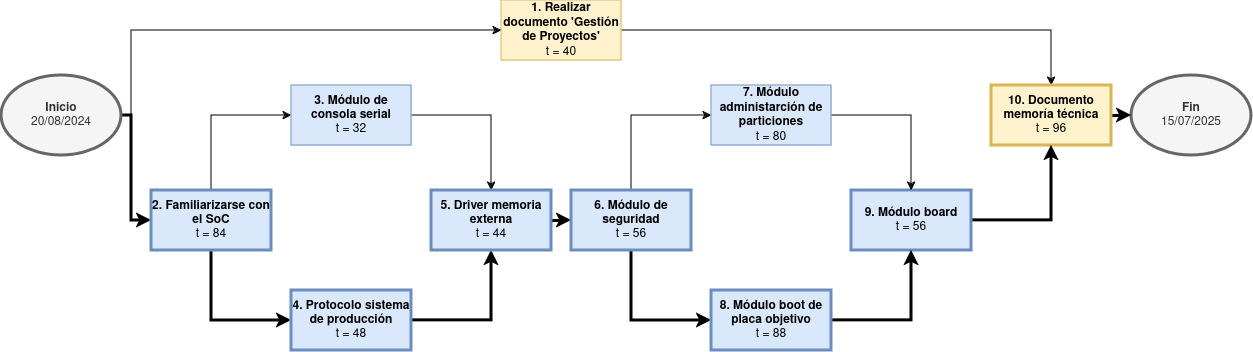
This is Figuras/GdPDiagrams-AoN_sec9.png from guirespi/GdP-Bootloader, a draw.io export, as it was before one commit. Source tidied: cells renumbered, new cells last; positions are measured from the earlier drawing's top-left corner, leaving out a move shared by most shapes.
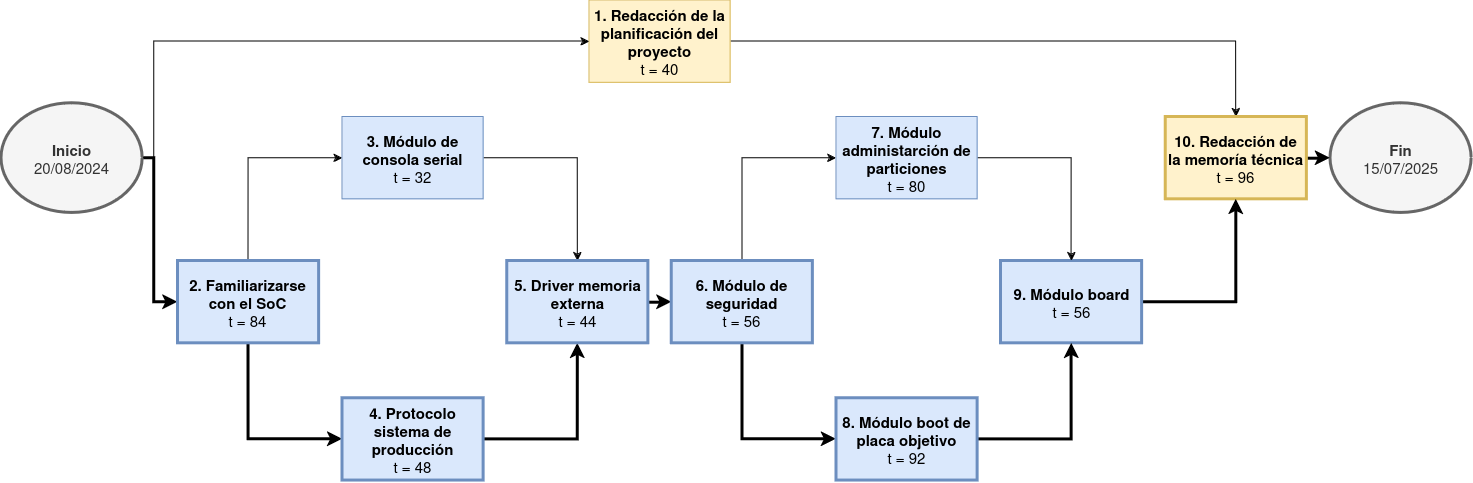
Above is the later version.

Diff of the diagram source:
```diff
@@ -2,93 +2,96 @@
   <root>
     <mxCell id="0" />
     <mxCell id="1" parent="0" />
+    <mxCell id="28" style="group;" parent="1" vertex="1">
+      <mxGeometry x="30" y="-150" width="1470" height="480" as="geometry" />
+    </mxCell>
-    <mxCell id="2" style="edgeStyle=orthogonalEdgeStyle;rounded=0;jettySize=auto;html=1;exitX=1;exitY=0.5;exitDx=0;exitDy=0;entryX=0.5;entryY=0;entryDx=0;entryDy=0;" parent="1" edge="1" source="3" target="21">
+    <mxCell id="2" style="edgeStyle=orthogonalEdgeStyle;rounded=0;jettySize=auto;html=1;exitX=1;exitY=0.5;exitDx=0;exitDy=0;entryX=0.5;entryY=0;entryDx=0;entryDy=0;" parent="28" edge="1" source="3" target="21">
       <mxGeometry relative="1" as="geometry" />
     </mxCell>
-    <mxCell id="3" value="&lt;div&gt;&lt;b&gt;1. Realizar documento 'Gestión de Proyectos'&lt;br&gt;&lt;/b&gt;&lt;/div&gt;&lt;div&gt;t = 40&lt;br&gt;&lt;/div&gt;" style="rounded=0;whiteSpace=wrap;html=1;fillColor=#fff2cc;strokeColor=#d6b656;" parent="1" vertex="1">
-      <mxGeometry x="500" width="120" height="60" as="geometry" />
+    <mxCell id="3" value="&lt;div align=&quot;center&quot; style=&quot;font-size: 15px;&quot;&gt;&lt;font style=&quot;font-size: 15px;&quot;&gt;&lt;b&gt;1. Redacción de la planificación del proyecto&lt;br&gt;&lt;/b&gt;&lt;/font&gt;&lt;/div&gt;&lt;div align=&quot;center&quot; style=&quot;font-size: 15px;&quot;&gt;&lt;font style=&quot;font-size: 15px;&quot;&gt;&lt;font style=&quot;font-size: 15px;&quot;&gt;t = 40&lt;/font&gt;&lt;font style=&quot;font-size: 15px;&quot;&gt;&lt;br&gt;&lt;/font&gt;&lt;/font&gt;&lt;/div&gt;" style="rounded=0;whiteSpace=wrap;html=1;fillColor=#fff2cc;strokeColor=#d6b656;align=center;" parent="28" vertex="1">
+      <mxGeometry x="588" width="141.1" height="82.3" as="geometry" />
     </mxCell>
-    <mxCell id="4" style="edgeStyle=orthogonalEdgeStyle;rounded=0;jettySize=auto;html=1;exitX=1;exitY=0.5;exitDx=0;exitDy=0;entryX=0;entryY=0.5;entryDx=0;entryDy=0;strokeWidth=3;" parent="1" edge="1" source="6" target="10">
+    <mxCell id="4" style="edgeStyle=orthogonalEdgeStyle;rounded=0;jettySize=auto;html=1;exitX=1;exitY=0.5;exitDx=0;exitDy=0;entryX=0;entryY=0.5;entryDx=0;entryDy=0;strokeWidth=3;" parent="28" edge="1" source="6" target="10">
       <mxGeometry relative="1" as="geometry">
         <Array as="points">
-          <mxPoint x="130" y="115" />
-          <mxPoint x="130" y="220" />
+          <mxPoint x="152.9" y="157.7" />
+          <mxPoint x="152.9" y="301.7" />
         </Array>
       </mxGeometry>
     </mxCell>
-    <mxCell id="5" style="edgeStyle=orthogonalEdgeStyle;rounded=0;jettySize=auto;html=1;exitX=1;exitY=0.5;exitDx=0;exitDy=0;entryX=0;entryY=0.5;entryDx=0;entryDy=0;" parent="1" edge="1" source="6" target="3">
+    <mxCell id="5" style="edgeStyle=orthogonalEdgeStyle;rounded=0;jettySize=auto;html=1;exitX=1;exitY=0.5;exitDx=0;exitDy=0;entryX=0;entryY=0.5;entryDx=0;entryDy=0;" parent="28" edge="1" source="6" target="3">
       <mxGeometry relative="1" as="geometry">
         <Array as="points">
-          <mxPoint x="130" y="115" />
-          <mxPoint x="130" y="30" />
+          <mxPoint x="152.9" y="157.7" />
+          <mxPoint x="152.9" y="41.1" />
         </Array>
       </mxGeometry>
     </mxCell>
-    <mxCell id="6" value="&lt;div&gt;&lt;b&gt;Inicio&lt;/b&gt;&lt;/div&gt;&lt;div&gt;20/08/2024&lt;b&gt;&lt;br&gt;&lt;/b&gt;&lt;/div&gt;" style="ellipse;whiteSpace=wrap;html=1;fillColor=#f5f5f5;fontColor=#333333;strokeColor=#666666;strokeWidth=3;" parent="1" vertex="1">
-      <mxGeometry y="75" width="120" height="80" as="geometry" />
+    <mxCell id="6" value="&lt;div style=&quot;font-size: 15px;&quot;&gt;&lt;font style=&quot;font-size: 15px;&quot;&gt;&lt;b&gt;Inicio&lt;/b&gt;&lt;/font&gt;&lt;/div&gt;&lt;div style=&quot;font-size: 15px;&quot;&gt;&lt;font style=&quot;font-size: 15px;&quot;&gt;20/08/2024&lt;b&gt;&lt;br&gt;&lt;/b&gt;&lt;/font&gt;&lt;/div&gt;" style="ellipse;whiteSpace=wrap;html=1;fillColor=#f5f5f5;fontColor=#333333;strokeColor=#666666;strokeWidth=3;" parent="28" vertex="1">
+      <mxGeometry y="102.9" width="141.1" height="109.7" as="geometry" />
     </mxCell>
-    <mxCell id="7" value="&lt;b&gt;Fin&lt;/b&gt;&lt;div&gt;15/07/2025&lt;b&gt;&lt;br&gt;&lt;/b&gt;&lt;/div&gt;" style="ellipse;whiteSpace=wrap;html=1;fillColor=#f5f5f5;fontColor=#333333;strokeColor=#666666;strokeWidth=3;" parent="1" vertex="1">
-      <mxGeometry x="1130" y="75" width="120" height="80" as="geometry" />
+    <mxCell id="7" value="&lt;font style=&quot;font-size: 15px;&quot;&gt;&lt;b&gt;Fin&lt;/b&gt;&lt;/font&gt;&lt;div style=&quot;font-size: 15px;&quot;&gt;&lt;font style=&quot;font-size: 15px;&quot;&gt;15/07/2025&lt;b&gt;&lt;br&gt;&lt;/b&gt;&lt;/font&gt;&lt;/div&gt;" style="ellipse;whiteSpace=wrap;html=1;fillColor=#f5f5f5;fontColor=#333333;strokeColor=#666666;strokeWidth=3;" parent="28" vertex="1">
+      <mxGeometry x="1328.9" y="102.9" width="141.1" height="109.7" as="geometry" />
     </mxCell>
-    <mxCell id="8" style="edgeStyle=orthogonalEdgeStyle;rounded=0;jettySize=auto;html=1;exitX=0.5;exitY=0;exitDx=0;exitDy=0;entryX=0;entryY=0.5;entryDx=0;entryDy=0;" parent="1" edge="1" source="10" target="12">
+    <mxCell id="8" style="edgeStyle=orthogonalEdgeStyle;rounded=0;jettySize=auto;html=1;exitX=0.5;exitY=0;exitDx=0;exitDy=0;entryX=0;entryY=0.5;entryDx=0;entryDy=0;" parent="28" edge="1" source="10" target="12">
       <mxGeometry relative="1" as="geometry" />
     </mxCell>
-    <mxCell id="9" style="edgeStyle=orthogonalEdgeStyle;rounded=0;jettySize=auto;html=1;exitX=0.5;exitY=1;exitDx=0;exitDy=0;entryX=0;entryY=0.5;entryDx=0;entryDy=0;strokeWidth=3;" parent="1" edge="1" source="10" target="14">
+    <mxCell id="9" style="edgeStyle=orthogonalEdgeStyle;rounded=0;jettySize=auto;html=1;exitX=0.5;exitY=1;exitDx=0;exitDy=0;entryX=0;entryY=0.5;entryDx=0;entryDy=0;strokeWidth=3;" parent="28" edge="1" source="10" target="14">
       <mxGeometry relative="1" as="geometry" />
     </mxCell>
-    <mxCell id="10" value="&lt;div&gt;&lt;b&gt;2. Familiarizarse con el SoC &lt;br&gt;&lt;/b&gt;&lt;/div&gt;&lt;div&gt;t = 84&lt;br&gt;&lt;/div&gt;" style="rounded=0;whiteSpace=wrap;html=1;fillColor=#dae8fc;strokeColor=#6c8ebf;strokeWidth=3;" parent="1" vertex="1">
-      <mxGeometry x="150" y="190" width="120" height="60" as="geometry" />
+    <mxCell id="10" value="&lt;div style=&quot;font-size: 15px;&quot;&gt;&lt;font style=&quot;font-size: 15px;&quot;&gt;&lt;b&gt;2. Familiarizarse con el SoC &lt;br&gt;&lt;/b&gt;&lt;/font&gt;&lt;/div&gt;&lt;div style=&quot;font-size: 15px;&quot;&gt;&lt;font style=&quot;font-size: 15px;&quot;&gt;&lt;font style=&quot;font-size: 15px;&quot;&gt;t = 84&lt;/font&gt;&lt;font style=&quot;font-size: 15px;&quot;&gt;&lt;br&gt;&lt;/font&gt;&lt;/font&gt;&lt;/div&gt;" style="rounded=0;whiteSpace=wrap;html=1;fillColor=#dae8fc;strokeColor=#6c8ebf;strokeWidth=3;" parent="28" vertex="1">
+      <mxGeometry x="176.4" y="260.6" width="141.1" height="82.3" as="geometry" />
     </mxCell>
-    <mxCell id="11" style="edgeStyle=orthogonalEdgeStyle;rounded=0;jettySize=auto;html=1;exitX=1;exitY=0.5;exitDx=0;exitDy=0;entryX=0.5;entryY=0;entryDx=0;entryDy=0;" parent="1" edge="1" source="12" target="16">
+    <mxCell id="11" style="edgeStyle=orthogonalEdgeStyle;rounded=0;jettySize=auto;html=1;exitX=1;exitY=0.5;exitDx=0;exitDy=0;entryX=0.5;entryY=0;entryDx=0;entryDy=0;" parent="28" edge="1" source="12" target="16">
       <mxGeometry relative="1" as="geometry" />
     </mxCell>
-    <mxCell id="12" value="&lt;div&gt;&lt;b&gt;3. Módulo de consola serial &lt;br&gt;&lt;/b&gt;&lt;/div&gt;&lt;div&gt;t = 32&lt;br&gt;&lt;/div&gt;" style="rounded=0;whiteSpace=wrap;html=1;fillColor=#dae8fc;strokeColor=#6c8ebf;" parent="1" vertex="1">
-      <mxGeometry x="290" y="85" width="120" height="60" as="geometry" />
+    <mxCell id="12" value="&lt;div style=&quot;font-size: 15px;&quot;&gt;&lt;font style=&quot;font-size: 15px;&quot;&gt;&lt;b&gt;3. Módulo de consola serial &lt;br&gt;&lt;/b&gt;&lt;/font&gt;&lt;/div&gt;&lt;div style=&quot;font-size: 15px;&quot;&gt;&lt;font style=&quot;font-size: 15px;&quot;&gt;t = 32&lt;/font&gt;&lt;br&gt;&lt;/div&gt;" style="rounded=0;whiteSpace=wrap;html=1;fillColor=#dae8fc;strokeColor=#6c8ebf;" parent="28" vertex="1">
+      <mxGeometry x="341" y="116.6" width="141.1" height="82.3" as="geometry" />
     </mxCell>
-    <mxCell id="13" style="edgeStyle=orthogonalEdgeStyle;rounded=0;jettySize=auto;html=1;exitX=1;exitY=0.5;exitDx=0;exitDy=0;entryX=0.5;entryY=1;entryDx=0;entryDy=0;strokeWidth=3;" parent="1" edge="1" source="14" target="16">
+    <mxCell id="13" style="edgeStyle=orthogonalEdgeStyle;rounded=0;jettySize=auto;html=1;exitX=1;exitY=0.5;exitDx=0;exitDy=0;entryX=0.5;entryY=1;entryDx=0;entryDy=0;strokeWidth=3;" parent="28" edge="1" source="14" target="16">
       <mxGeometry relative="1" as="geometry" />
     </mxCell>
-    <mxCell id="14" value="&lt;div&gt;&lt;b&gt;4. Protocolo sistema de producción &lt;br&gt;&lt;/b&gt;&lt;/div&gt;&lt;div&gt;t = 48&lt;br&gt;&lt;/div&gt;" style="rounded=0;whiteSpace=wrap;html=1;fillColor=#dae8fc;strokeColor=#6c8ebf;strokeWidth=3;" parent="1" vertex="1">
-      <mxGeometry x="290" y="290" width="120" height="60" as="geometry" />
+    <mxCell id="14" value="&lt;div style=&quot;font-size: 15px;&quot;&gt;&lt;font style=&quot;font-size: 15px;&quot;&gt;&lt;b&gt;4. Protocolo sistema de producción &lt;br&gt;&lt;/b&gt;&lt;/font&gt;&lt;/div&gt;&lt;div style=&quot;font-size: 15px;&quot;&gt;&lt;font style=&quot;font-size: 15px;&quot;&gt;&lt;font style=&quot;font-size: 15px;&quot;&gt;t = 48&lt;/font&gt;&lt;font style=&quot;font-size: 15px;&quot;&gt;&lt;br&gt;&lt;/font&gt;&lt;/font&gt;&lt;/div&gt;" style="rounded=0;whiteSpace=wrap;html=1;fillColor=#dae8fc;strokeColor=#6c8ebf;strokeWidth=3;" parent="28" vertex="1">
+      <mxGeometry x="341" y="397.7" width="141.1" height="82.3" as="geometry" />
     </mxCell>
-    <mxCell id="15" style="edgeStyle=orthogonalEdgeStyle;rounded=0;jettySize=auto;html=1;exitX=1;exitY=0.5;exitDx=0;exitDy=0;entryX=0;entryY=0.5;entryDx=0;entryDy=0;strokeWidth=3;" parent="1" edge="1" source="16" target="19">
+    <mxCell id="15" style="edgeStyle=orthogonalEdgeStyle;rounded=0;jettySize=auto;html=1;exitX=1;exitY=0.5;exitDx=0;exitDy=0;entryX=0;entryY=0.5;entryDx=0;entryDy=0;strokeWidth=3;" parent="28" edge="1" source="16" target="19">
       <mxGeometry relative="1" as="geometry" />
     </mxCell>
-    <mxCell id="16" value="&lt;div&gt;&lt;b&gt;5. Driver memoria externa &lt;br&gt;&lt;/b&gt;&lt;/div&gt;&lt;div&gt;t = 44&lt;br&gt;&lt;/div&gt;" style="rounded=0;whiteSpace=wrap;html=1;fillColor=#dae8fc;strokeColor=#6c8ebf;strokeWidth=3;" parent="1" vertex="1">
-      <mxGeometry x="430" y="190" width="120" height="60" as="geometry" />
+    <mxCell id="16" value="&lt;div style=&quot;font-size: 15px;&quot;&gt;&lt;font style=&quot;font-size: 15px;&quot;&gt;&lt;b&gt;5. Driver memoria externa &lt;br&gt;&lt;/b&gt;&lt;/font&gt;&lt;/div&gt;&lt;div style=&quot;font-size: 15px;&quot;&gt;&lt;font style=&quot;font-size: 15px;&quot;&gt;&lt;font style=&quot;font-size: 15px;&quot;&gt;t = 44&lt;/font&gt;&lt;font style=&quot;font-size: 15px;&quot;&gt;&lt;br&gt;&lt;/font&gt;&lt;/font&gt;&lt;/div&gt;" style="rounded=0;whiteSpace=wrap;html=1;fillColor=#dae8fc;strokeColor=#6c8ebf;strokeWidth=3;" parent="28" vertex="1">
+      <mxGeometry x="505.7" y="260.6" width="141.1" height="82.3" as="geometry" />
     </mxCell>
-    <mxCell id="17" style="edgeStyle=orthogonalEdgeStyle;rounded=0;jettySize=auto;html=1;exitX=0.5;exitY=0;exitDx=0;exitDy=0;entryX=0;entryY=0.5;entryDx=0;entryDy=0;" parent="1" edge="1" source="19" target="25">
+    <mxCell id="17" style="edgeStyle=orthogonalEdgeStyle;rounded=0;jettySize=auto;html=1;exitX=0.5;exitY=0;exitDx=0;exitDy=0;entryX=0;entryY=0.5;entryDx=0;entryDy=0;" parent="28" edge="1" source="19" target="25">
       <mxGeometry relative="1" as="geometry" />
     </mxCell>
-    <mxCell id="18" style="edgeStyle=orthogonalEdgeStyle;rounded=0;jettySize=auto;html=1;exitX=0.5;exitY=1;exitDx=0;exitDy=0;entryX=0;entryY=0.5;entryDx=0;entryDy=0;strokeWidth=3;" parent="1" edge="1" source="19" target="27">
+    <mxCell id="18" style="edgeStyle=orthogonalEdgeStyle;rounded=0;jettySize=auto;html=1;exitX=0.5;exitY=1;exitDx=0;exitDy=0;entryX=0;entryY=0.5;entryDx=0;entryDy=0;strokeWidth=3;" parent="28" edge="1" source="19" target="27">
       <mxGeometry relative="1" as="geometry" />
     </mxCell>
-    <mxCell id="19" value="&lt;div&gt;&lt;b&gt;6. Módulo de seguridad &lt;br&gt;&lt;/b&gt;&lt;/div&gt;&lt;div&gt;t = 56&lt;br&gt;&lt;/div&gt;" style="rounded=0;whiteSpace=wrap;html=1;fillColor=#dae8fc;strokeColor=#6c8ebf;strokeWidth=3;" parent="1" vertex="1">
-      <mxGeometry x="570" y="190" width="120" height="60" as="geometry" />
+    <mxCell id="19" value="&lt;div style=&quot;font-size: 15px;&quot;&gt;&lt;font style=&quot;font-size: 15px;&quot;&gt;&lt;b&gt;6. Módulo de seguridad &lt;br&gt;&lt;/b&gt;&lt;/font&gt;&lt;/div&gt;&lt;div style=&quot;font-size: 15px;&quot;&gt;&lt;font style=&quot;font-size: 15px;&quot;&gt;&lt;font style=&quot;font-size: 15px;&quot;&gt;t = 56&lt;/font&gt;&lt;font style=&quot;font-size: 15px;&quot;&gt;&lt;br&gt;&lt;/font&gt;&lt;/font&gt;&lt;/div&gt;" style="rounded=0;whiteSpace=wrap;html=1;fillColor=#dae8fc;strokeColor=#6c8ebf;strokeWidth=3;" parent="28" vertex="1">
+      <mxGeometry x="670.3" y="260.6" width="141.1" height="82.3" as="geometry" />
     </mxCell>
-    <mxCell id="20" style="edgeStyle=orthogonalEdgeStyle;rounded=0;jettySize=auto;html=1;exitX=1;exitY=0.5;exitDx=0;exitDy=0;entryX=0;entryY=0.5;entryDx=0;entryDy=0;strokeWidth=3;" parent="1" edge="1" source="21" target="7">
+    <mxCell id="20" style="edgeStyle=orthogonalEdgeStyle;rounded=0;jettySize=auto;html=1;exitX=1;exitY=0.5;exitDx=0;exitDy=0;entryX=0;entryY=0.5;entryDx=0;entryDy=0;strokeWidth=3;" parent="28" edge="1" source="21" target="7">
       <mxGeometry relative="1" as="geometry" />
     </mxCell>
-    <mxCell id="21" value="&lt;div&gt;&lt;b&gt;10. Documento memoría técnica&lt;br&gt;&lt;/b&gt;&lt;/div&gt;&lt;div&gt;t = 96&lt;br&gt;&lt;/div&gt;" style="rounded=0;whiteSpace=wrap;html=1;fillColor=#fff2cc;strokeColor=#d6b656;strokeWidth=3;" parent="1" vertex="1">
-      <mxGeometry x="990" y="85" width="120" height="60" as="geometry" />
+    <mxCell id="21" value="&lt;div style=&quot;font-size: 15px;&quot;&gt;&lt;font style=&quot;font-size: 15px;&quot;&gt;&lt;b&gt;10. Redacción de la memoría técnica&lt;br&gt;&lt;/b&gt;&lt;/font&gt;&lt;/div&gt;&lt;div style=&quot;font-size: 15px;&quot;&gt;&lt;font style=&quot;font-size: 15px;&quot;&gt;&lt;font style=&quot;font-size: 15px;&quot;&gt;t = 96&lt;/font&gt;&lt;font style=&quot;font-size: 15px;&quot;&gt;&lt;br&gt;&lt;/font&gt;&lt;/font&gt;&lt;/div&gt;" style="rounded=0;whiteSpace=wrap;html=1;fillColor=#fff2cc;strokeColor=#d6b656;strokeWidth=3;" parent="28" vertex="1">
+      <mxGeometry x="1164.2" y="116.6" width="141.1" height="82.3" as="geometry" />
     </mxCell>
-    <mxCell id="22" style="edgeStyle=orthogonalEdgeStyle;rounded=0;jettySize=auto;html=1;exitX=1;exitY=0.5;exitDx=0;exitDy=0;entryX=0.5;entryY=1;entryDx=0;entryDy=0;strokeWidth=3;" parent="1" edge="1" source="23" target="21">
+    <mxCell id="22" style="edgeStyle=orthogonalEdgeStyle;rounded=0;jettySize=auto;html=1;exitX=1;exitY=0.5;exitDx=0;exitDy=0;entryX=0.5;entryY=1;entryDx=0;entryDy=0;strokeWidth=3;" parent="28" edge="1" source="23" target="21">
       <mxGeometry relative="1" as="geometry" />
     </mxCell>
-    <mxCell id="23" value="&lt;div&gt;&lt;b&gt;9. Módulo board&lt;br&gt;&lt;/b&gt;&lt;/div&gt;&lt;div&gt;t = 56&lt;br&gt;&lt;/div&gt;" style="rounded=0;whiteSpace=wrap;html=1;fillColor=#dae8fc;strokeColor=#6c8ebf;strokeWidth=3;" parent="1" vertex="1">
-      <mxGeometry x="850" y="190" width="120" height="60" as="geometry" />
+    <mxCell id="23" value="&lt;div style=&quot;font-size: 15px;&quot;&gt;&lt;font style=&quot;font-size: 15px;&quot;&gt;&lt;b&gt;9. Módulo board&lt;br&gt;&lt;/b&gt;&lt;/font&gt;&lt;/div&gt;&lt;div style=&quot;font-size: 15px;&quot;&gt;&lt;font style=&quot;font-size: 15px;&quot;&gt;&lt;font style=&quot;font-size: 15px;&quot;&gt;t = 56&lt;/font&gt;&lt;font style=&quot;font-size: 15px;&quot;&gt;&lt;br&gt;&lt;/font&gt;&lt;/font&gt;&lt;/div&gt;" style="rounded=0;whiteSpace=wrap;html=1;fillColor=#dae8fc;strokeColor=#6c8ebf;strokeWidth=3;" parent="28" vertex="1">
+      <mxGeometry x="999.6" y="260.6" width="141.1" height="82.3" as="geometry" />
     </mxCell>
-    <mxCell id="24" style="edgeStyle=orthogonalEdgeStyle;rounded=0;jettySize=auto;html=1;exitX=1;exitY=0.5;exitDx=0;exitDy=0;entryX=0.5;entryY=0;entryDx=0;entryDy=0;" parent="1" edge="1" source="25" target="23">
+    <mxCell id="24" style="edgeStyle=orthogonalEdgeStyle;rounded=0;jettySize=auto;html=1;exitX=1;exitY=0.5;exitDx=0;exitDy=0;entryX=0.5;entryY=0;entryDx=0;entryDy=0;" parent="28" edge="1" source="25" target="23">
       <mxGeometry relative="1" as="geometry" />
     </mxCell>
-    <mxCell id="25" value="&lt;div&gt;&lt;b&gt;7. Módulo administarción de particiones &lt;br&gt;&lt;/b&gt;&lt;/div&gt;&lt;div&gt;t = 80&lt;br&gt;&lt;/div&gt;" style="rounded=0;whiteSpace=wrap;html=1;fillColor=#dae8fc;strokeColor=#6c8ebf;strokeWidth=1;" parent="1" vertex="1">
-      <mxGeometry x="710" y="85" width="120" height="60" as="geometry" />
+    <mxCell id="25" value="&lt;div style=&quot;font-size: 15px;&quot;&gt;&lt;font style=&quot;font-size: 15px;&quot;&gt;&lt;b&gt;7. Módulo administarción de particiones &lt;br&gt;&lt;/b&gt;&lt;/font&gt;&lt;/div&gt;&lt;div style=&quot;font-size: 15px;&quot;&gt;&lt;font style=&quot;font-size: 15px;&quot;&gt;&lt;font style=&quot;font-size: 15px;&quot;&gt;t = 80&lt;/font&gt;&lt;font style=&quot;font-size: 15px;&quot;&gt;&lt;br&gt;&lt;/font&gt;&lt;/font&gt;&lt;/div&gt;" style="rounded=0;whiteSpace=wrap;html=1;fillColor=#dae8fc;strokeColor=#6c8ebf;strokeWidth=1;" parent="28" vertex="1">
+      <mxGeometry x="835" y="116.6" width="141.1" height="82.3" as="geometry" />
     </mxCell>
-    <mxCell id="26" style="edgeStyle=orthogonalEdgeStyle;rounded=0;jettySize=auto;html=1;exitX=1;exitY=0.5;exitDx=0;exitDy=0;entryX=0.5;entryY=1;entryDx=0;entryDy=0;strokeWidth=3;" parent="1" edge="1" source="27" target="23">
+    <mxCell id="26" style="edgeStyle=orthogonalEdgeStyle;rounded=0;jettySize=auto;html=1;exitX=1;exitY=0.5;exitDx=0;exitDy=0;entryX=0.5;entryY=1;entryDx=0;entryDy=0;strokeWidth=3;" parent="28" edge="1" source="27" target="23">
       <mxGeometry relative="1" as="geometry" />
     </mxCell>
-    <mxCell id="27" value="&lt;div&gt;&lt;b&gt;8. Módulo boot de placa objetivo &lt;br&gt;&lt;/b&gt;&lt;/div&gt;&lt;div&gt;t = 88&lt;br&gt;&lt;/div&gt;" style="rounded=0;whiteSpace=wrap;html=1;fillColor=#dae8fc;strokeColor=#6c8ebf;strokeWidth=3;" parent="1" vertex="1">
-      <mxGeometry x="710" y="290" width="120" height="60" as="geometry" />
+    <mxCell id="27" value="&lt;div style=&quot;font-size: 15px;&quot;&gt;&lt;font style=&quot;font-size: 15px;&quot;&gt;&lt;b&gt;8. Módulo boot de placa objetivo &lt;br&gt;&lt;/b&gt;&lt;/font&gt;&lt;/div&gt;&lt;div style=&quot;font-size: 15px;&quot;&gt;&lt;font style=&quot;font-size: 15px;&quot;&gt;&lt;font style=&quot;font-size: 15px;&quot;&gt;t = 92&lt;/font&gt;&lt;font style=&quot;font-size: 15px;&quot;&gt;&lt;br&gt;&lt;/font&gt;&lt;/font&gt;&lt;/div&gt;" style="rounded=0;whiteSpace=wrap;html=1;fillColor=#dae8fc;strokeColor=#6c8ebf;strokeWidth=3;" parent="28" vertex="1">
+      <mxGeometry x="835" y="397.7" width="141.1" height="82.3" as="geometry" />
     </mxCell>
   </root>
 </mxGraphModel>
```
